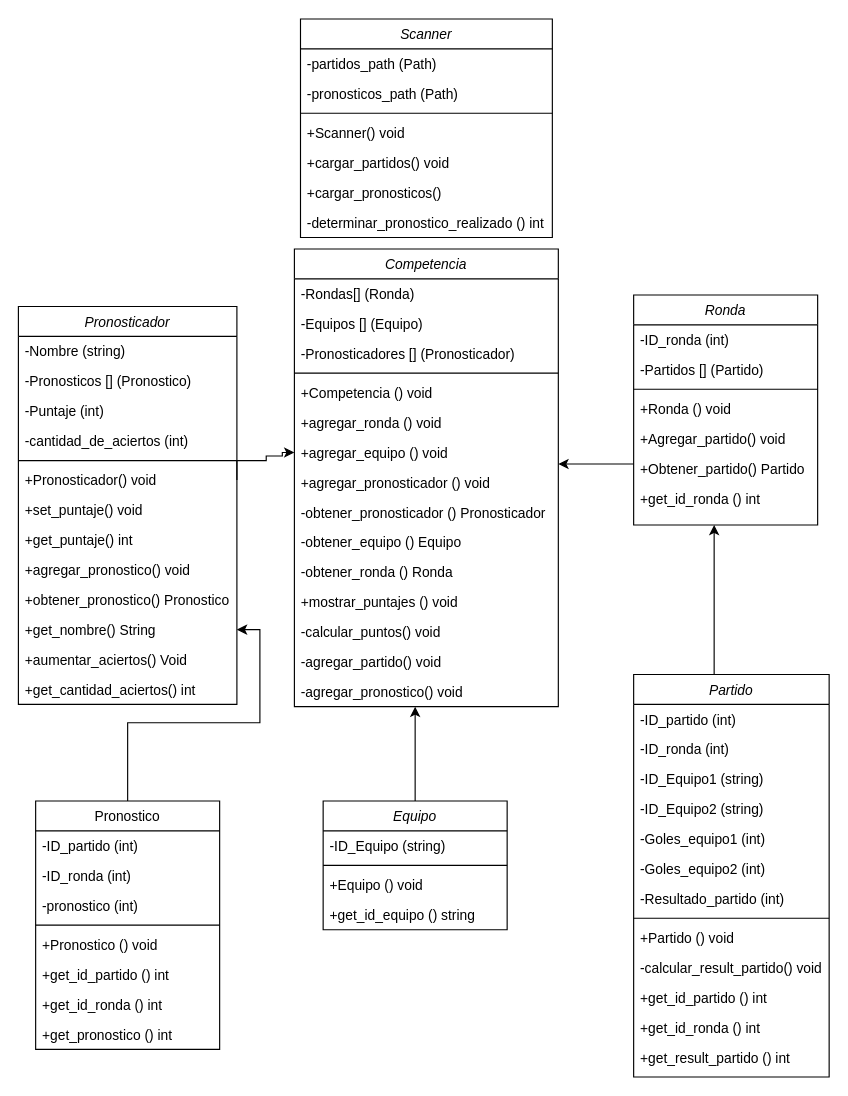
gmenendez0/Pronosticador_Deportivo keeps this draw.io diagram as UML_Pronosticador_Deportivo.drawio. Above is the earlier version. Source tidied: cells renumbered, new cells numbered last; positions are measured from the earlier drawing's top-left corner, leaving out a move shared by most shapes. Both pictures are drawn from the tidied source at 115%, with x=0, y=0 at pixel (17, 18).
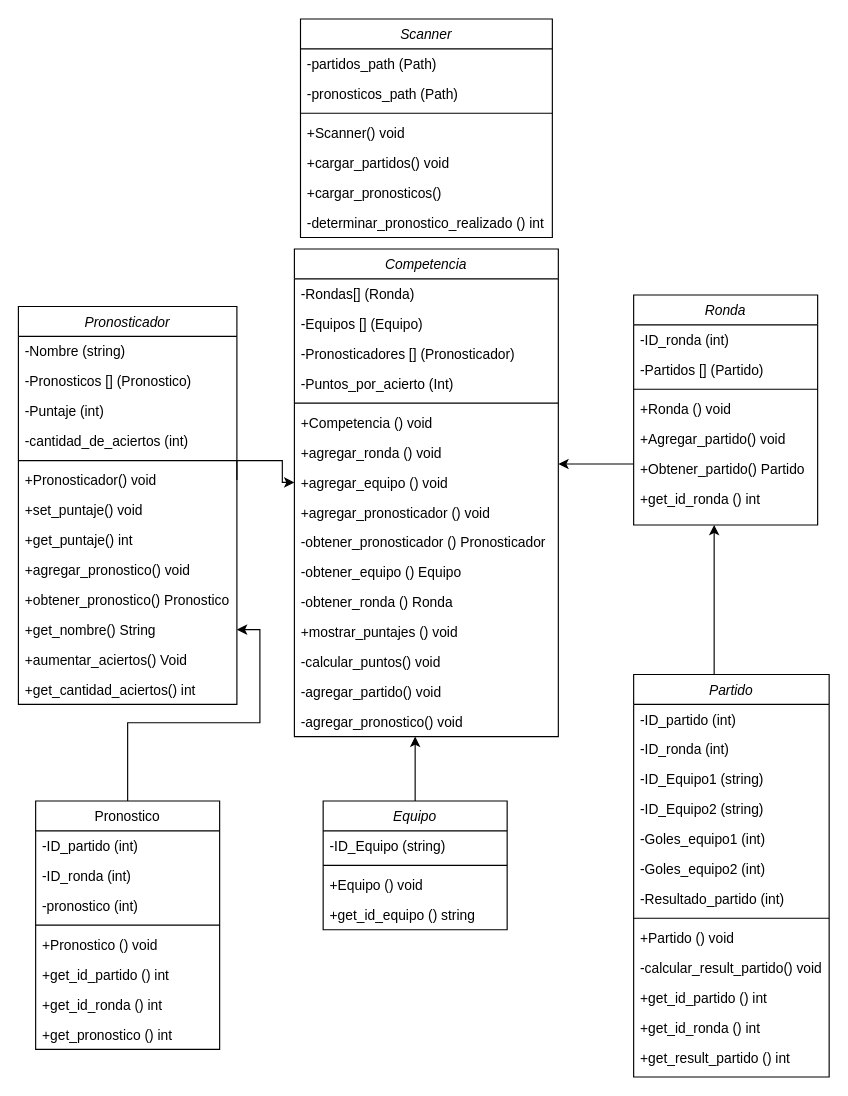
The same page after the edit.

Commit message (it also covers changes not shown here):
-Se agrega la posibilidad de configurar la cantidad de puntos dados por cada pronostico acertado.

Unchanged cells that the change refers to:
```xml
<mxCell id="9" value="+Pronosticador() void" style="text;align=left;verticalAlign=top;spacingLeft=4;spacingRight=4;overflow=hidden;points=[[0,0.5],[1,0.5]];portConstraint=eastwest;rounded=0;shadow=0;html=0;" parent="3" vertex="1">
  <mxGeometry y="138" width="190" height="26" as="geometry" />
</mxCell>
```

The edit, as a diff of the source:
```diff
@@
     <mxCell id="2" style="edgeStyle=orthogonalEdgeStyle;rounded=0;jettySize=auto;html=1;entryX=0;entryY=0.5;entryDx=0;entryDy=0;exitX=1;exitY=0.5;exitDx=0;exitDy=0;" parent="1" edge="1" source="9" target="64">
       <mxGeometry relative="1" as="geometry">
         <Array as="points">
           <mxPoint x="191" y="384" />
-          <mxPoint x="216" y="384" />
-          <mxPoint x="216" y="380" />
-          <mxPoint x="230" y="380" />
-          <mxPoint x="230" y="377" />
+          <mxPoint x="230" y="384" />
+          <mxPoint x="230" y="403" />
         </Array>
       </mxGeometry>
     </mxCell>
@@
     <mxCell id="57" value="Competencia" style="swimlane;fontStyle=2;align=center;verticalAlign=top;horizontal=1;startSize=26;rounded=0;shadow=0;strokeWidth=1;" parent="1" vertex="1">
-      <mxGeometry x="240.5" y="200" width="229.5" height="398" as="geometry" />
+      <mxGeometry x="240.5" y="200" width="229.5" height="424" as="geometry" />
     </mxCell>
@@
+    <mxCell id="81" value="-Puntos_por_acierto (Int)" style="text;align=left;verticalAlign=top;spacingLeft=4;spacingRight=4;overflow=hidden;rounded=0;shadow=0;html=0;" parent="57" vertex="1">
+      <mxGeometry y="104" width="229.5" height="26" as="geometry" />
+    </mxCell>
     <mxCell id="61" style="line;html=1;strokeWidth=1;align=left;verticalAlign=middle;spacingTop=-1;spacingLeft=3;spacingRight=3;labelPosition=right;" parent="57" vertex="1">
-      <mxGeometry y="104" width="229.5" height="8" as="geometry" />
+      <mxGeometry y="130" width="229.5" height="8" as="geometry" />
     </mxCell>
     <mxCell id="62" value="+Competencia () void" style="text;align=left;verticalAlign=top;spacingLeft=4;spacingRight=4;overflow=hidden;rounded=0;shadow=0;html=0;" parent="57" vertex="1">
-      <mxGeometry y="112" width="229.5" height="26" as="geometry" />
+      <mxGeometry y="138" width="229.5" height="26" as="geometry" />
     </mxCell>
     <mxCell id="63" value="+agregar_ronda () void" style="text;align=left;verticalAlign=top;spacingLeft=4;spacingRight=4;overflow=hidden;rounded=0;shadow=0;html=0;" parent="57" vertex="1">
-      <mxGeometry y="138" width="229.5" height="26" as="geometry" />
+      <mxGeometry y="164" width="229.5" height="26" as="geometry" />
     </mxCell>
     <mxCell id="64" value="+agregar_equipo () void" style="text;align=left;verticalAlign=top;spacingLeft=4;spacingRight=4;overflow=hidden;points=[[0,0.5],[1,0.5]];portConstraint=eastwest;rounded=0;shadow=0;html=0;" parent="57" vertex="1">
-      <mxGeometry y="164" width="229.5" height="26" as="geometry" />
+      <mxGeometry y="190" width="229.5" height="26" as="geometry" />
     </mxCell>
     <mxCell id="65" value="+agregar_pronosticador () void" style="text;align=left;verticalAlign=top;spacingLeft=4;spacingRight=4;overflow=hidden;rounded=0;shadow=0;html=0;" parent="57" vertex="1">
-      <mxGeometry y="190" width="229.5" height="26" as="geometry" />
+      <mxGeometry y="216" width="229.5" height="26" as="geometry" />
     </mxCell>
     <mxCell id="66" value="-obtener_pronosticador () Pronosticador" style="text;align=left;verticalAlign=top;spacingLeft=4;spacingRight=4;overflow=hidden;rounded=0;shadow=0;html=0;" parent="57" vertex="1">
-      <mxGeometry y="216" width="229.5" height="26" as="geometry" />
+      <mxGeometry y="242" width="229.5" height="26" as="geometry" />
     </mxCell>
     <mxCell id="67" value="-obtener_equipo () Equipo" style="text;align=left;verticalAlign=top;spacingLeft=4;spacingRight=4;overflow=hidden;rounded=0;shadow=0;html=0;" parent="57" vertex="1">
-      <mxGeometry y="242" width="229.5" height="26" as="geometry" />
+      <mxGeometry y="268" width="229.5" height="26" as="geometry" />
     </mxCell>
     <mxCell id="68" value="-obtener_ronda () Ronda" style="text;align=left;verticalAlign=top;spacingLeft=4;spacingRight=4;overflow=hidden;rounded=0;shadow=0;html=0;" parent="57" vertex="1">
-      <mxGeometry y="268" width="229.5" height="26" as="geometry" />
+      <mxGeometry y="294" width="229.5" height="26" as="geometry" />
     </mxCell>
     <mxCell id="69" value="+mostrar_puntajes () void" style="text;align=left;verticalAlign=top;spacingLeft=4;spacingRight=4;overflow=hidden;rounded=0;shadow=0;html=0;" parent="57" vertex="1">
-      <mxGeometry y="294" width="229.5" height="26" as="geometry" />
+      <mxGeometry y="320" width="229.5" height="26" as="geometry" />
     </mxCell>
     <mxCell id="70" value="-calcular_puntos() void" style="text;align=left;verticalAlign=top;spacingLeft=4;spacingRight=4;overflow=hidden;rounded=0;shadow=0;html=0;" parent="57" vertex="1">
-      <mxGeometry y="320" width="229.5" height="26" as="geometry" />
+      <mxGeometry y="346" width="229.5" height="26" as="geometry" />
     </mxCell>
     <mxCell id="71" value="-agregar_partido() void" style="text;align=left;verticalAlign=top;spacingLeft=4;spacingRight=4;overflow=hidden;rounded=0;shadow=0;html=0;" parent="57" vertex="1">
-      <mxGeometry y="346" width="229.5" height="26" as="geometry" />
+      <mxGeometry y="372" width="229.5" height="26" as="geometry" />
     </mxCell>
     <mxCell id="72" value="-agregar_pronostico() void" style="text;align=left;verticalAlign=top;spacingLeft=4;spacingRight=4;overflow=hidden;points=[[0,0.5],[1,0.5]];portConstraint=eastwest;rounded=0;shadow=0;html=0;" parent="57" vertex="1">
-      <mxGeometry y="372" width="229.5" height="26" as="geometry" />
+      <mxGeometry y="398" width="229.5" height="26" as="geometry" />
     </mxCell>
```
